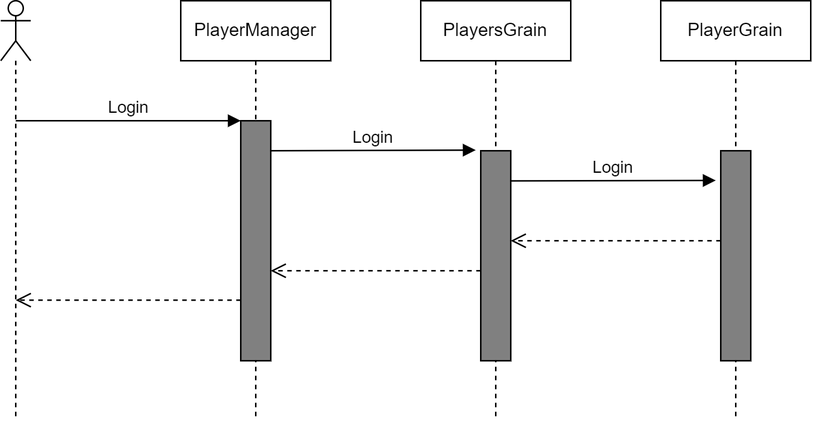
Djohnnie/CSharpWars-Orleans keeps this draw.io diagram as Drawings/Sequences/01-Login.drawio.png. Above is the earlier version. Source tidied: cells renumbered, new cells last; positions are measured from the earlier drawing's top-left corner, leaving out a move shared by most shapes.
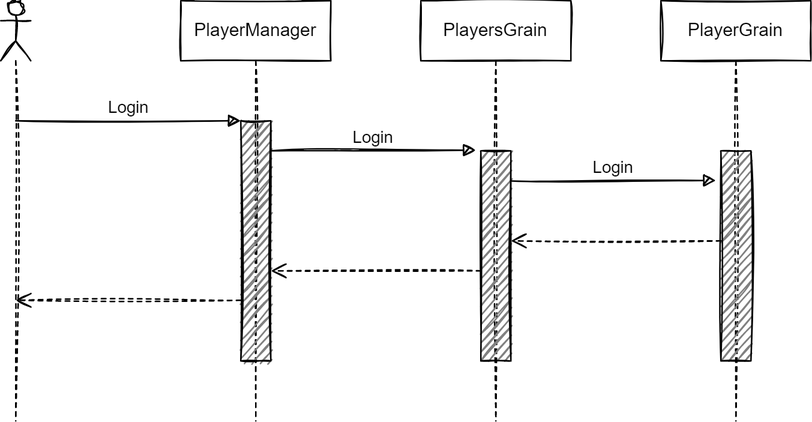
After the change.

What changed in the source:
```diff
@@ -2,57 +2,57 @@
   <root>
     <mxCell id="0" />
     <mxCell id="1" parent="0" />
-    <mxCell id="2" value="PlayerManager" style="shape=umlLifeline;perimeter=lifelinePerimeter;whiteSpace=wrap;html=1;" parent="1" vertex="1">
+    <mxCell id="2" value="PlayerManager" style="shape=umlLifeline;perimeter=lifelinePerimeter;whiteSpace=wrap;html=1;sketch=1;" parent="1" vertex="1">
       <mxGeometry x="120" width="100" height="280" as="geometry" />
     </mxCell>
-    <mxCell id="3" style="html=1;perimeter=orthogonalPerimeter;fillColor=#808080;" parent="2" vertex="1">
+    <mxCell id="3" style="html=1;perimeter=orthogonalPerimeter;fillColor=#808080;sketch=1;" parent="2" vertex="1">
       <mxGeometry x="40" y="80" width="20" height="160" as="geometry" />
     </mxCell>
-    <mxCell id="4" style="html=1;verticalAlign=bottom;endArrow=open;dashed=1;endSize=8;" parent="2" edge="1">
+    <mxCell id="4" style="html=1;verticalAlign=bottom;endArrow=open;dashed=1;endSize=8;sketch=1;" parent="2" edge="1">
       <mxGeometry relative="1" as="geometry">
         <mxPoint x="40" y="199.6" as="sourcePoint" />
         <mxPoint x="-110" y="199.6" as="targetPoint" />
       </mxGeometry>
     </mxCell>
-    <mxCell id="5" value="PlayersGrain" style="shape=umlLifeline;perimeter=lifelinePerimeter;whiteSpace=wrap;html=1;" parent="1" vertex="1">
+    <mxCell id="5" value="PlayersGrain" style="shape=umlLifeline;perimeter=lifelinePerimeter;whiteSpace=wrap;html=1;sketch=1;" parent="1" vertex="1">
       <mxGeometry x="280" width="100" height="280" as="geometry" />
     </mxCell>
-    <mxCell id="6" style="html=1;points=[];perimeter=orthogonalPerimeter;fillColor=#808080;" parent="5" vertex="1">
+    <mxCell id="6" style="html=1;points=[];perimeter=orthogonalPerimeter;fillColor=#808080;sketch=1;" parent="5" vertex="1">
       <mxGeometry x="40" y="100" width="20" height="140" as="geometry" />
     </mxCell>
-    <mxCell id="7" style="shape=umlLifeline;participant=umlActor;perimeter=lifelinePerimeter;whiteSpace=wrap;html=1;verticalAlign=top;spacingTop=36;" parent="1" vertex="1">
+    <mxCell id="7" style="shape=umlLifeline;participant=umlActor;perimeter=lifelinePerimeter;whiteSpace=wrap;html=1;verticalAlign=top;spacingTop=36;sketch=1;" parent="1" vertex="1">
       <mxGeometry width="20" height="280" as="geometry" />
     </mxCell>
-    <mxCell id="8" value="Login" style="html=1;verticalAlign=bottom;endArrow=block;" parent="1" edge="1">
+    <mxCell id="8" value="Login" style="html=1;verticalAlign=bottom;endArrow=block;sketch=1;" parent="1" edge="1">
       <mxGeometry relative="1" as="geometry">
         <mxPoint x="10" y="80" as="sourcePoint" />
         <mxPoint x="160" y="80" as="targetPoint" />
       </mxGeometry>
     </mxCell>
-    <mxCell id="9" value="Login" style="html=1;verticalAlign=bottom;endArrow=block;entryX=-0.167;entryY=-0.003;entryDx=0;entryDy=0;entryPerimeter=0;" parent="1" edge="1" target="6">
+    <mxCell id="9" value="Login" style="html=1;verticalAlign=bottom;endArrow=block;entryX=-0.167;entryY=-0.003;entryDx=0;entryDy=0;entryPerimeter=0;sketch=1;" parent="1" edge="1" target="6">
       <mxGeometry relative="1" as="geometry">
         <mxPoint x="180" y="100" as="sourcePoint" />
       </mxGeometry>
     </mxCell>
-    <mxCell id="10" value="PlayerGrain" style="shape=umlLifeline;perimeter=lifelinePerimeter;whiteSpace=wrap;html=1;" parent="1" vertex="1">
+    <mxCell id="10" value="PlayerGrain" style="shape=umlLifeline;perimeter=lifelinePerimeter;whiteSpace=wrap;html=1;sketch=1;" parent="1" vertex="1">
       <mxGeometry x="440" width="100" height="280" as="geometry" />
     </mxCell>
-    <mxCell id="11" style="html=1;perimeter=orthogonalPerimeter;fillColor=#808080;" parent="10" vertex="1">
+    <mxCell id="11" style="html=1;perimeter=orthogonalPerimeter;fillColor=#808080;sketch=1;" parent="10" vertex="1">
       <mxGeometry x="40" y="100" width="20" height="140" as="geometry" />
     </mxCell>
-    <mxCell id="12" value="Login" style="html=1;verticalAlign=bottom;endArrow=block;entryX=-0.167;entryY=-0.003;entryDx=0;entryDy=0;entryPerimeter=0;" parent="10" edge="1">
+    <mxCell id="12" value="Login" style="html=1;verticalAlign=bottom;endArrow=block;entryX=-0.167;entryY=-0.003;entryDx=0;entryDy=0;entryPerimeter=0;sketch=1;" parent="10" edge="1">
       <mxGeometry relative="1" as="geometry">
         <mxPoint x="-100" y="120.1" as="sourcePoint" />
         <mxPoint x="36.7" y="119.8" as="targetPoint" />
       </mxGeometry>
     </mxCell>
-    <mxCell id="13" style="html=1;verticalAlign=bottom;endArrow=open;dashed=1;endSize=8;" parent="1" edge="1">
+    <mxCell id="13" style="html=1;verticalAlign=bottom;endArrow=open;dashed=1;endSize=8;sketch=1;" parent="1" edge="1">
       <mxGeometry relative="1" as="geometry">
         <mxPoint x="480" y="160" as="sourcePoint" />
         <mxPoint x="340" y="160" as="targetPoint" />
       </mxGeometry>
     </mxCell>
-    <mxCell id="14" style="html=1;verticalAlign=bottom;endArrow=open;dashed=1;endSize=8;" parent="1" edge="1">
+    <mxCell id="14" style="html=1;verticalAlign=bottom;endArrow=open;dashed=1;endSize=8;sketch=1;" parent="1" edge="1">
       <mxGeometry relative="1" as="geometry">
         <mxPoint x="320" y="180" as="sourcePoint" />
         <mxPoint x="180" y="180" as="targetPoint" />
```
